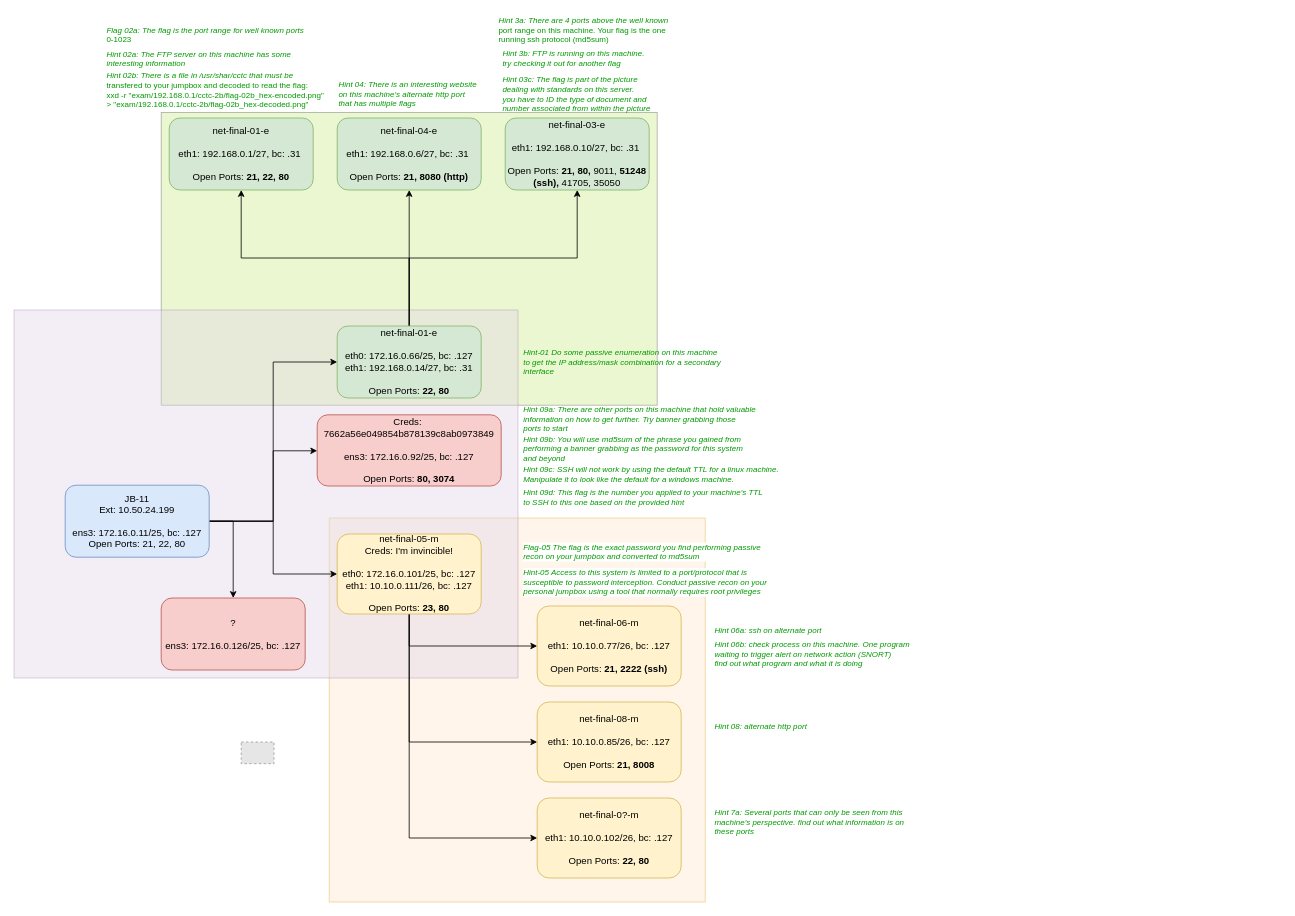
Earlier version of the draw.io diagram ctf/exam.drawio (abfarr/cctc). Source tidied: cells renumbered, new cells numbered last; positions are measured from the earlier drawing's top-left corner, leaving out a move shared by most shapes. Both pictures are drawn from the tidied source at 80%, with x=0, y=0 at pixel (14, 14). Pictures stored in the file or linked from it are replaced by grey dashed boxes.
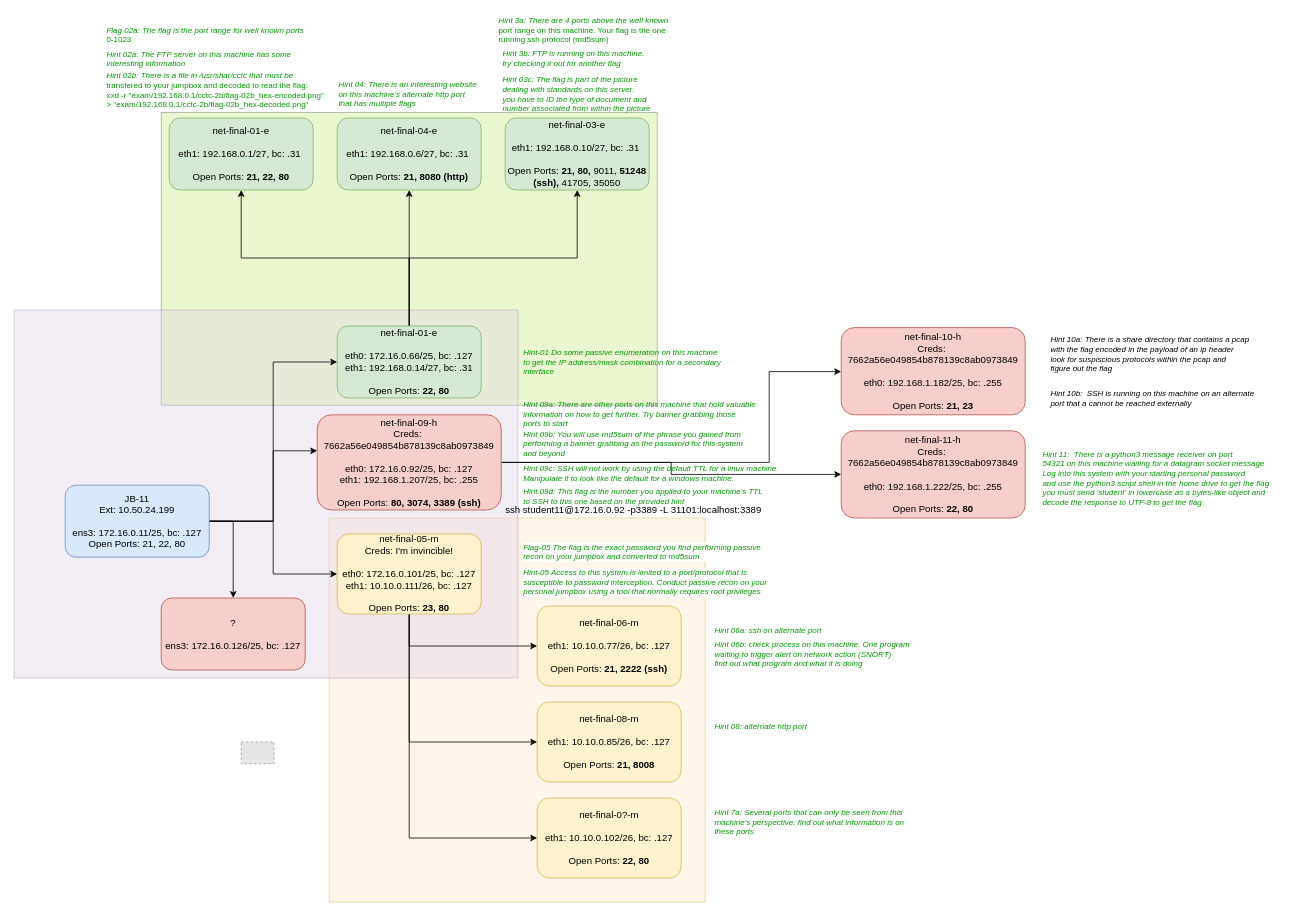
Above is the later version.

What changed in the source:
```diff
@@
+    <mxCell id="45" style="edgeStyle=orthogonalEdgeStyle;rounded=0;jettySize=auto;html=1;exitX=1;exitY=0.5;exitDx=0;exitDy=0;fontColor=#000000;" parent="1" edge="1" source="20" target="48">
+      <mxGeometry relative="1" as="geometry">
+        <Array as="points">
+          <mxPoint x="944" y="561" />
+          <mxPoint x="944" y="447" />
+        </Array>
+      </mxGeometry>
+    </mxCell>
+    <mxCell id="46" style="edgeStyle=orthogonalEdgeStyle;rounded=0;jettySize=auto;html=1;exitX=1;exitY=0.5;exitDx=0;exitDy=0;fontColor=#000000;" parent="1" edge="1" source="20" target="51">
+      <mxGeometry relative="1" as="geometry" />
+    </mxCell>
-    <mxCell id="20" value="Creds:&amp;nbsp;&lt;br&gt;7662a56e049854b878139c8ab0973849&lt;br&gt;&lt;br&gt;ens3: 172.16.0.92/25, bc: .127&lt;br&gt;&lt;br&gt;Open Ports: &lt;b&gt;80, 3074&lt;/b&gt;" style="rounded=1;whiteSpace=wrap;html=1;fillColor=#f8cecc;strokeColor=#b85450;" parent="1" vertex="1">
-      <mxGeometry x="379" y="501" width="230" height="89" as="geometry" />
+    <mxCell id="20" value="net-final-09-h&lt;br&gt;Creds:&amp;nbsp;&lt;br&gt;7662a56e049854b878139c8ab0973849&lt;br&gt;&lt;br&gt;eth0: 172.16.0.92/25, bc: .127&lt;br&gt;eth1: 192.168.1.207/25, bc: .255&lt;br&gt;&lt;br&gt;Open Ports: &lt;b&gt;80, 3074, 3389 (ssh)&lt;/b&gt;" style="rounded=1;whiteSpace=wrap;html=1;fillColor=#f8cecc;strokeColor=#b85450;" parent="1" vertex="1">
+      <mxGeometry x="379" y="501" width="230" height="119" as="geometry" />
     </mxCell>
@@
     <mxCell id="22" value="&lt;i style=&quot;font-size: 10px&quot;&gt;Hint 09a: There are other ports on this machine that hold valuable&lt;br style=&quot;font-size: 10px&quot;&gt;information on how to get further. Try banner grabbing those&lt;br style=&quot;font-size: 10px&quot;&gt;ports to start&lt;br style=&quot;font-size: 10px&quot;&gt;&lt;/i&gt;" style="text;html=1;align=left;verticalAlign=middle;strokeColor=none;fillColor=none;fontSize=10;fontColor=#009900;" parent="1" vertex="1">
-      <mxGeometry x="635" y="486" width="310" height="40" as="geometry" />
+      <mxGeometry x="635" y="480" width="310" height="40" as="geometry" />
     </mxCell>
     <mxCell id="23" value="&lt;i style=&quot;font-size: 10px&quot;&gt;Hint 09b: You will use md5sum of the phrase you gained from&amp;nbsp;&lt;br style=&quot;font-size: 10px&quot;&gt;performing a banner grabbing as the password for this system&lt;br style=&quot;font-size: 10px&quot;&gt;and beyond&lt;br style=&quot;font-size: 10px&quot;&gt;&lt;/i&gt;" style="text;html=1;align=left;verticalAlign=middle;strokeColor=none;fillColor=none;fontSize=10;fontColor=#009900;" parent="1" vertex="1">
-      <mxGeometry x="635" y="523" width="290" height="40" as="geometry" />
+      <mxGeometry x="635" y="517" width="290" height="40" as="geometry" />
     </mxCell>
     <mxCell id="24" value="&lt;i style=&quot;font-size: 10px&quot;&gt;Hint 09c: SSH will not work by using the default TTL for a linux machine.&lt;br style=&quot;font-size: 10px&quot;&gt;Manipulate it to look like the default for a windows machine.&lt;br style=&quot;font-size: 10px&quot;&gt;&lt;/i&gt;" style="text;html=1;align=left;verticalAlign=middle;strokeColor=none;fillColor=none;fontSize=10;fontColor=#009900;" parent="1" vertex="1">
-      <mxGeometry x="635" y="560" width="330" height="30" as="geometry" />
+      <mxGeometry x="635" y="559" width="330" height="30" as="geometry" />
     </mxCell>
     <mxCell id="25" value="&lt;i style=&quot;font-size: 10px&quot;&gt;Hint 09d: This flag is the number you applied to your machine's TTL&lt;br&gt;to SSH to this one based on the provided hint&lt;br style=&quot;font-size: 10px&quot;&gt;&lt;/i&gt;" style="text;html=1;align=left;verticalAlign=middle;strokeColor=none;fillColor=none;fontSize=10;fontColor=#009900;" parent="1" vertex="1">
-      <mxGeometry x="635" y="589" width="320" height="30" as="geometry" />
+      <mxGeometry x="635" y="588" width="320" height="30" as="geometry" />
     </mxCell>
@@
+    <mxCell id="47" value="ssh student11@172.16.0.92 -p3389 -L 31101:localhost:3389" style="text;html=1;align=center;verticalAlign=middle;strokeColor=none;fillColor=none;fontColor=#000000;" parent="1" vertex="1">
+      <mxGeometry x="604" y="610" width="340" height="20" as="geometry" />
+    </mxCell>
+    <mxCell id="48" value="net-final-10-h&lt;br&gt;Creds:&amp;nbsp;&lt;br&gt;7662a56e049854b878139c8ab0973849&lt;br&gt;&lt;br&gt;eth0: 192.168.1.182/25, bc: .255&lt;br&gt;&lt;br&gt;Open Ports: &lt;b&gt;21, 23&lt;/b&gt;" style="rounded=1;whiteSpace=wrap;html=1;fillColor=#f8cecc;strokeColor=#b85450;" parent="1" vertex="1">
+      <mxGeometry x="1034" y="392" width="230" height="109" as="geometry" />
+    </mxCell>
+    <mxCell id="49" value="&lt;i style=&quot;font-size: 10px&quot;&gt;&lt;font color=&quot;#000000&quot;&gt;Hint 10a: There is a share directory that contains a pcap&amp;nbsp;&lt;br&gt;with the flag encoded in the payload of an ip header&lt;br&gt;look for suspiscious protocols within the pcap and&amp;nbsp;&lt;br&gt;figure out the flag&lt;/font&gt;&lt;br style=&quot;font-size: 10px&quot;&gt;&lt;/i&gt;" style="text;html=1;align=left;verticalAlign=middle;strokeColor=none;fillColor=none;fontSize=10;fontColor=#009900;" parent="1" vertex="1">
+      <mxGeometry x="1294" y="400" width="270" height="50" as="geometry" />
+    </mxCell>
+    <mxCell id="50" value="&lt;i style=&quot;font-size: 10px&quot;&gt;&lt;font color=&quot;#000000&quot;&gt;Hint 10b:&amp;nbsp; SSH is running on this machine on an alternate&lt;br&gt;port that a cannot be reached externally&lt;/font&gt;&lt;br style=&quot;font-size: 10px&quot;&gt;&lt;/i&gt;" style="text;html=1;align=left;verticalAlign=middle;strokeColor=none;fillColor=none;fontSize=10;fontColor=#009900;" parent="1" vertex="1">
+      <mxGeometry x="1294" y="465" width="270" height="30" as="geometry" />
+    </mxCell>
+    <mxCell id="51" value="net-final-11-h&lt;br&gt;Creds:&amp;nbsp;&lt;br&gt;7662a56e049854b878139c8ab0973849&lt;br&gt;&lt;br&gt;eth0: 192.168.1.222/25, bc: .255&lt;br&gt;&lt;br&gt;Open Ports: &lt;b&gt;22, 80&lt;/b&gt;" style="rounded=1;whiteSpace=wrap;html=1;fillColor=#f8cecc;strokeColor=#b85450;" parent="1" vertex="1">
+      <mxGeometry x="1034" y="521" width="230" height="109" as="geometry" />
+    </mxCell>
+    <mxCell id="52" value="&lt;i style=&quot;font-size: 10px&quot;&gt;&lt;font&gt;Hint 11:&amp;nbsp; There is a python3 message receiver on port&amp;nbsp;&lt;br&gt;54321 on this machine waiting for a datagram socket message&lt;br&gt;Log into this system with your starting personal password&lt;br&gt;and use the python3 script shell in the home drive to get the flag&lt;br&gt;you must send 'student' in lowercase as a bytes-like object and&amp;nbsp;&lt;br&gt;decode the response to UTF-8 to get the flag&lt;/font&gt;&lt;br style=&quot;font-size: 10px&quot;&gt;&lt;/i&gt;" style="text;html=1;align=left;verticalAlign=middle;strokeColor=none;fillColor=none;fontSize=10;fontColor=#009900;" parent="1" vertex="1">
+      <mxGeometry x="1284" y="540" width="300" height="80" as="geometry" />
+    </mxCell>
```
